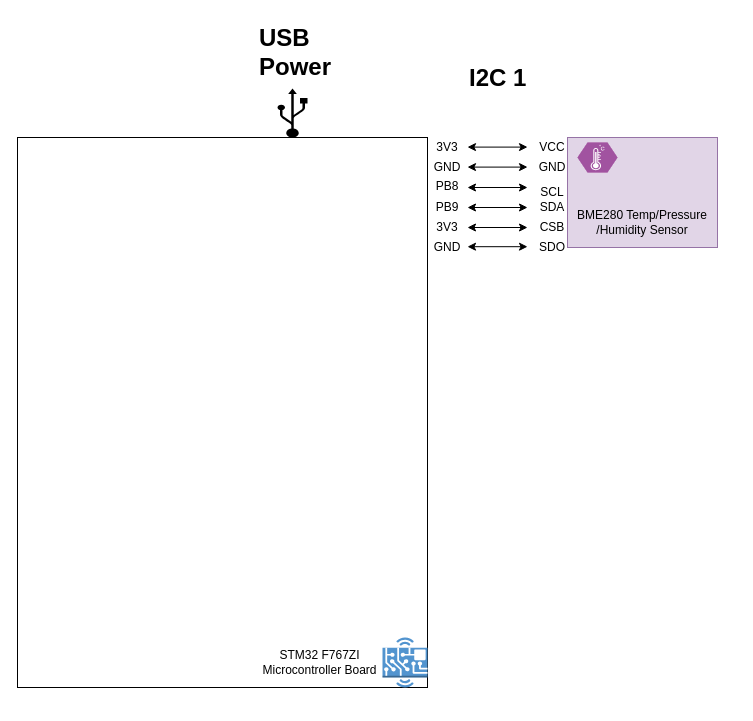
Earlier version of the draw.io diagram page "Block Diagram" (1 of 3) of tinyml_home_weather_forecasting.drawio (rishi-latchmepersad/TinyML-Home-Weather-Forecasting). Source tidied: cells renumbered, new cells numbered last; positions are measured from the earlier drawing's top-left corner, leaving out a move shared by most shapes. Both pictures are drawn from the tidied source at 100%, with x=0, y=0 at pixel (17, 17). Pictures stored in the file or linked from it are replaced by grey dashed boxes.
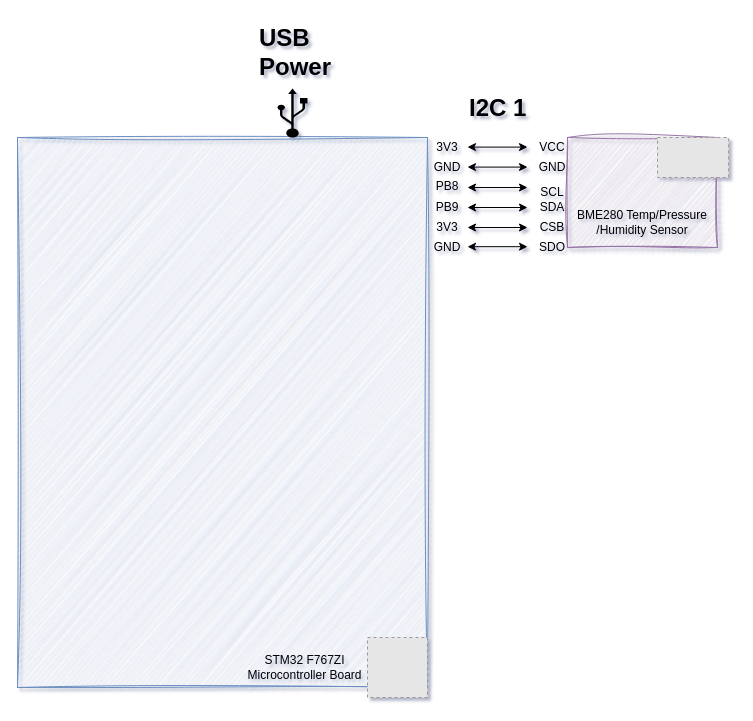
The same page after the edit.

What changed in the source:
```diff
@@
-<mxGraphModel>
+<mxGraphModel shadow="1">
@@
-    <mxCell id="2" style="rounded=0;whiteSpace=wrap;html=1;fillColor=#e1d5e7;strokeColor=#9673a6;" parent="1" vertex="1">
+    <mxCell id="2" style="rounded=0;whiteSpace=wrap;html=1;fillColor=#e1d5e7;strokeColor=#9673a6;sketch=1;curveFitting=1;jiggle=2;" parent="1" vertex="1">
       <mxGeometry x="550" y="120" width="150" height="110" as="geometry" />
     </mxCell>
-    <mxCell id="3" style="rounded=0;whiteSpace=wrap;html=1;" parent="1" vertex="1">
+    <mxCell id="3" style="rounded=0;whiteSpace=wrap;html=1;fillColor=#dae8fc;strokeColor=#6c8ebf;perimeterSpacing=1;glass=0;sketch=1;curveFitting=1;jiggle=2;" parent="1" vertex="1">
       <mxGeometry y="120" width="410" height="550" as="geometry" />
     </mxCell>
-    <mxCell id="4" style="dashed=0;verticalLabelPosition=bottom;verticalAlign=top;align=center;html=1;shape=mxgraph.aws3.hardware_board;fillColor=#5294CF;gradientColor=none;" parent="1" vertex="1">
-      <mxGeometry x="365" y="620" width="45" height="50" as="geometry" />
-    </mxCell>
-    <mxCell id="5" style="verticalLabelPosition=bottom;sketch=0;html=1;fillColor=#A153A0;strokeColor=#ffffff;verticalAlign=top;align=center;shape=mxgraph.cisco_safe.compositeIcon;bgIcon=mxgraph.cisco_safe.design.blank_device;resIcon=mxgraph.cisco_safe.design.sensor;" parent="1" vertex="1">
-      <mxGeometry x="560" y="125" width="40" height="30" as="geometry" />
-    </mxCell>
     <mxCell id="6" value="STM32 F767ZI Microcontroller Board" style="text;html=1;align=center;verticalAlign=middle;whiteSpace=wrap;rounded=0;fillColor=none;" parent="1" vertex="1">
-      <mxGeometry x="240" y="630" width="125" height="30" as="geometry" />
+      <mxGeometry x="225" y="635" width="125" height="30" as="geometry" />
     </mxCell>
@@
     <mxCell id="14" value="&lt;h1 style=&quot;margin-top: 0px;&quot;&gt;I2C 1&lt;/h1&gt;" style="text;html=1;whiteSpace=wrap;overflow=hidden;rounded=0;" parent="1" vertex="1">
-      <mxGeometry x="450" y="40" width="70" height="40" as="geometry" />
+      <mxGeometry x="450" y="70" width="70" height="40" as="geometry" />
     </mxCell>
@@
+    <mxCell id="29" style="fillColor=#E6E6E6;strokeColor=#999999;dashed=1;verticalLabelPosition=bottom;labelBackgroundColor=default;verticalAlign=top;" parent="1" vertex="1">
+      <mxGeometry x="350" y="620" width="60" height="60" as="geometry" />
+    </mxCell>
+    <mxCell id="30" style="fillColor=#E6E6E6;strokeColor=#999999;dashed=1;verticalLabelPosition=bottom;labelBackgroundColor=default;verticalAlign=top;" parent="1" vertex="1">
+      <mxGeometry x="640" y="120" width="71.1" height="40" as="geometry" />
+    </mxCell>
```
